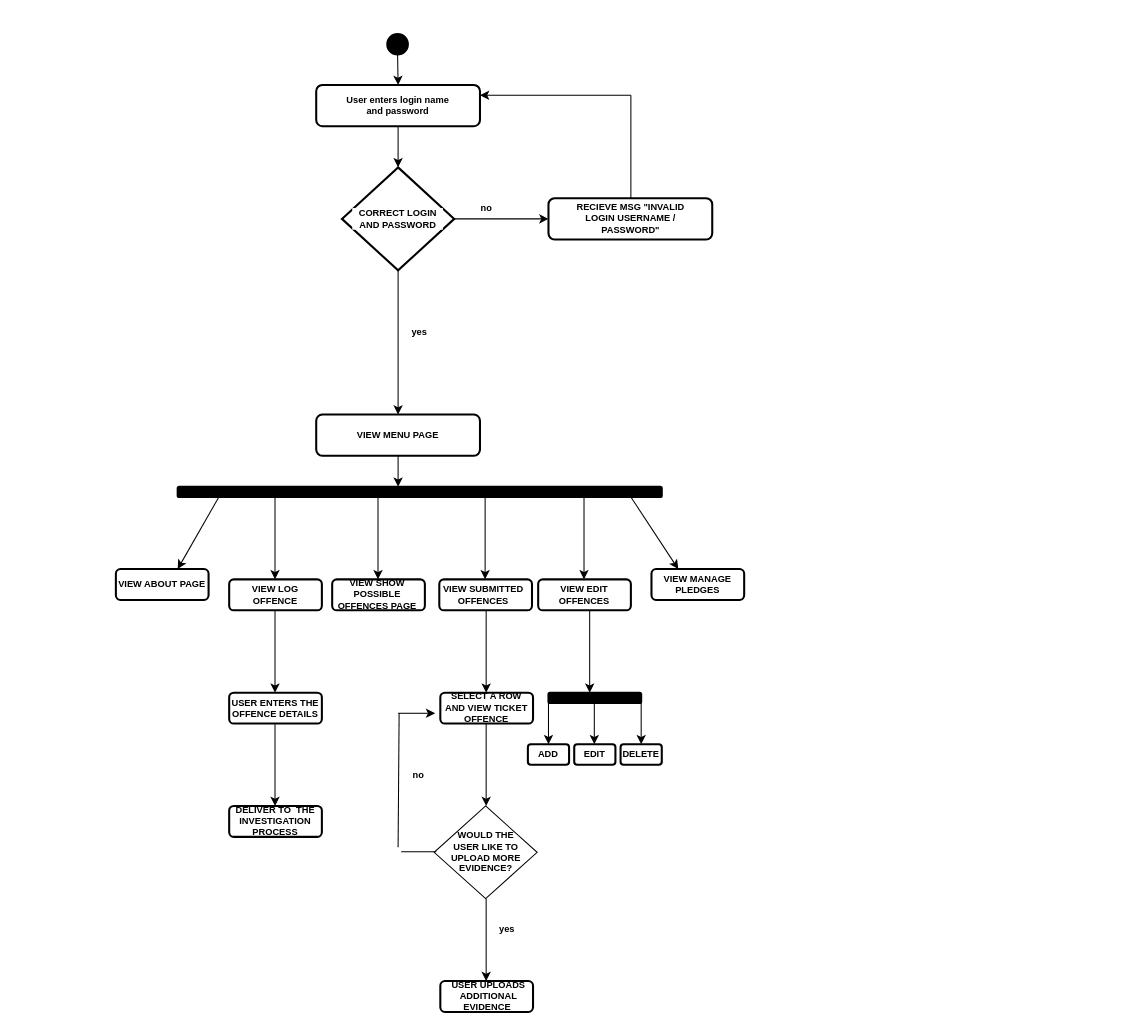
Earlier version of the draw.io diagram page "ActivityDiagram" (3 of 5) of ArchitectureDiagram.drawio (OOPS-2022/student_support_system). Source tidied: cells renumbered, new cells numbered last; positions are measured from the earlier drawing's top-left corner, leaving out a move shared by most shapes. Both pictures are drawn from the tidied source at 103%, with x=0, y=0 at pixel (100, 34).
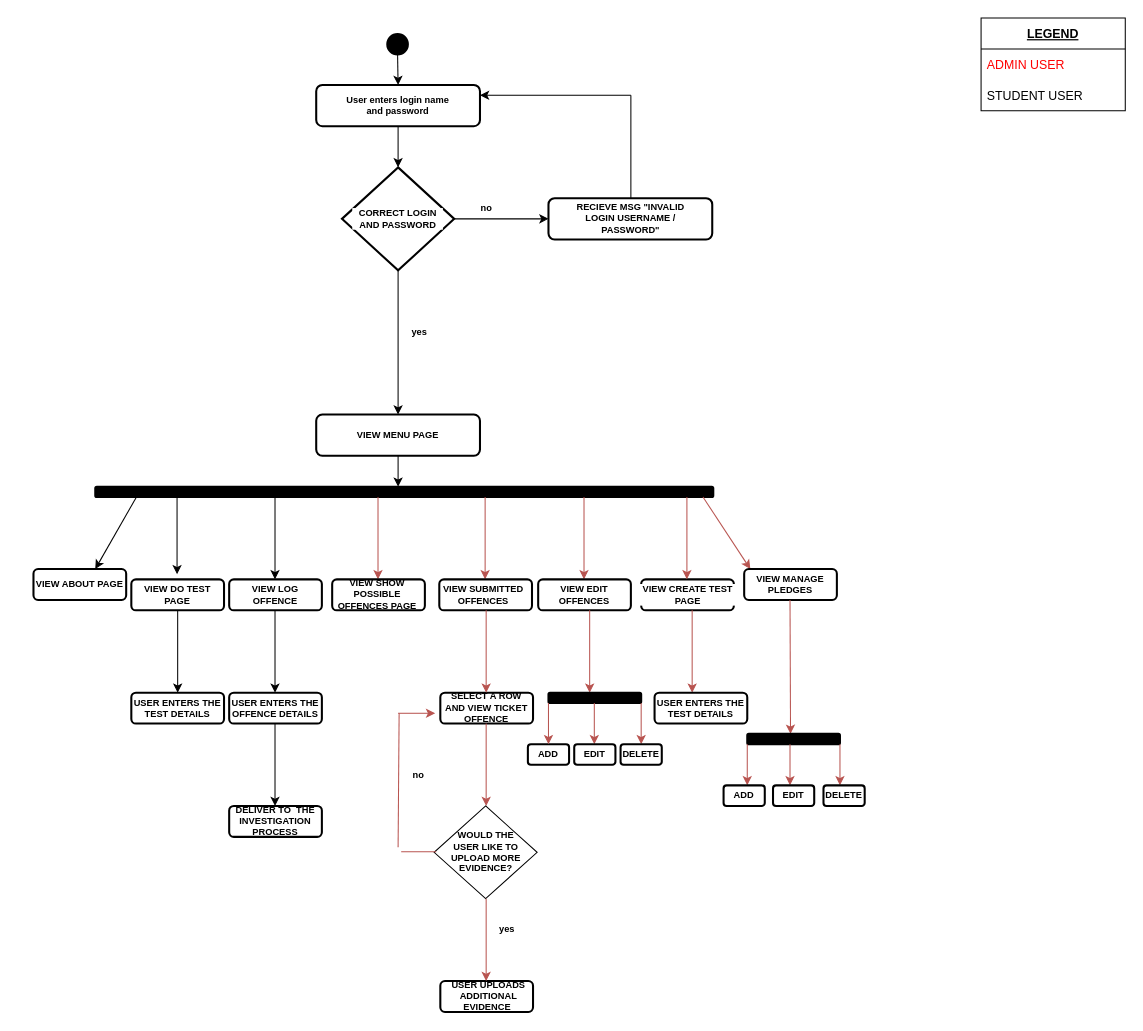
The same diagram, later.

The edit, as a diff of the source:
```diff
@@
     <mxCell id="19" style="rounded=1;whiteSpace=wrap;html=1;labelBackgroundColor=#FFFFFF;fontFamily=Helvetica;fontSize=9;fontColor=#000000;strokeColor=#000000;strokeWidth=2;fillColor=#000000;" parent="1" vertex="1">
-      <mxGeometry x="75" y="439" width="470" height="10" as="geometry" />
+      <mxGeometry x="-5" y="439" width="600" height="10" as="geometry" />
     </mxCell>
@@
     <mxCell id="21" style="endArrow=classic;html=1;rounded=0;fontFamily=Helvetica;fontSize=9;fontColor=#000000;strokeWidth=1;" parent="1" edge="1">
       <mxGeometry relative="1" as="geometry">
-        <mxPoint x="115" y="449" as="sourcePoint" />
-        <mxPoint x="75" y="519" as="targetPoint" />
+        <mxPoint x="35" y="449" as="sourcePoint" />
+        <mxPoint x="-5" y="519" as="targetPoint" />
       </mxGeometry>
     </mxCell>
-    <mxCell id="22" style="endArrow=classic;html=1;rounded=0;fontFamily=Helvetica;fontSize=9;fontColor=#000000;strokeWidth=1;" parent="1" edge="1">
+    <mxCell id="22" style="endArrow=classic;html=1;rounded=0;fontFamily=Helvetica;fontSize=9;fontColor=#000000;strokeWidth=1;fillColor=#f8cecc;strokeColor=#b85450;" parent="1" edge="1">
       <mxGeometry relative="1" as="geometry">
-        <mxPoint x="515" y="449" as="sourcePoint" />
-        <mxPoint x="561" y="519" as="targetPoint" />
+        <mxPoint x="585" y="449" as="sourcePoint" />
+        <mxPoint x="631" y="519" as="targetPoint" />
       </mxGeometry>
     </mxCell>
@@
-    <mxCell id="24" style="endArrow=classic;html=1;rounded=0;fontFamily=Helvetica;fontSize=9;fontColor=#000000;strokeWidth=1;" parent="1" edge="1">
+    <mxCell id="24" style="endArrow=classic;html=1;rounded=0;fontFamily=Helvetica;fontSize=9;fontColor=#000000;strokeWidth=1;fillColor=#f8cecc;strokeColor=#b85450;" parent="1" edge="1">
       <mxGeometry relative="1" as="geometry">
         <mxPoint x="269.5" y="449" as="sourcePoint" />
         <mxPoint x="269.5" y="529" as="targetPoint" />
       </mxGeometry>
     </mxCell>
-    <mxCell id="25" style="endArrow=classic;html=1;rounded=0;fontFamily=Helvetica;fontSize=9;fontColor=#000000;strokeWidth=1;" parent="1" edge="1">
+    <mxCell id="25" style="endArrow=classic;html=1;rounded=0;fontFamily=Helvetica;fontSize=9;fontColor=#000000;strokeWidth=1;fillColor=#f8cecc;strokeColor=#b85450;" parent="1" edge="1">
       <mxGeometry relative="1" as="geometry">
         <mxPoint x="373.5" y="449" as="sourcePoint" />
         <mxPoint x="373.5" y="529" as="targetPoint" />
       </mxGeometry>
     </mxCell>
-    <mxCell id="26" style="endArrow=classic;html=1;rounded=0;fontFamily=Helvetica;fontSize=9;fontColor=#000000;strokeWidth=1;" parent="1" edge="1">
+    <mxCell id="26" style="endArrow=classic;html=1;rounded=0;fontFamily=Helvetica;fontSize=9;fontColor=#000000;strokeWidth=1;fillColor=#f8cecc;strokeColor=#b85450;" parent="1" edge="1">
       <mxGeometry relative="1" as="geometry">
         <mxPoint x="469.5" y="449" as="sourcePoint" />
         <mxPoint x="469.5" y="529" as="targetPoint" />
       </mxGeometry>
     </mxCell>
     <mxCell id="27" style="rounded=1;whiteSpace=wrap;html=1;labelBackgroundColor=#FFFFFF;fontFamily=Tahoma;fontSize=12;strokeWidth=2;" parent="1" vertex="1">
-      <mxGeometry x="15" y="519" width="90" height="30" as="geometry" />
+      <mxGeometry x="-65" y="519" width="90" height="30" as="geometry" />
     </mxCell>
     <mxCell id="28" value="VIEW ABOUT PAGE" style="text;html=1;strokeColor=none;fillColor=none;align=center;verticalAlign=middle;whiteSpace=wrap;rounded=0;labelBackgroundColor=#FFFFFF;fontFamily=Helvetica;fontSize=9;fontColor=#000000;fontStyle=1;" parent="1" vertex="1">
-      <mxGeometry y="519" width="120" height="30" as="geometry" />
+      <mxGeometry x="-80" y="519" width="120" height="30" as="geometry" />
     </mxCell>
@@
     <mxCell id="33" style="rounded=1;whiteSpace=wrap;html=1;labelBackgroundColor=#FFFFFF;fontFamily=Tahoma;fontSize=12;strokeWidth=2;" parent="1" vertex="1">
-      <mxGeometry x="535" y="519" width="90" height="30" as="geometry" />
+      <mxGeometry x="625" y="519" width="90" height="30" as="geometry" />
     </mxCell>
@@
     <mxCell id="38" value="VIEW MANAGE&lt;br style=&quot;font-size: 9px&quot;&gt;PLEDGES" style="text;html=1;strokeColor=none;fillColor=none;align=center;verticalAlign=middle;whiteSpace=wrap;rounded=0;fontStyle=1;fontFamily=Helvetica;fontSize=9;" parent="1" vertex="1">
-      <mxGeometry x="535" y="519" width="90" height="30" as="geometry" />
+      <mxGeometry x="625" y="519" width="90" height="30" as="geometry" />
     </mxCell>
@@
-    <mxCell id="43" style="endArrow=classic;html=1;rounded=0;fontFamily=Helvetica;fontSize=9;fontColor=#000000;strokeWidth=1;" parent="1" edge="1">
+    <mxCell id="43" style="endArrow=classic;html=1;rounded=0;fontFamily=Helvetica;fontSize=9;fontColor=#000000;strokeWidth=1;fillColor=#f8cecc;strokeColor=#b85450;" parent="1" edge="1">
       <mxGeometry relative="1" as="geometry">
         <mxPoint x="374.5" y="559" as="sourcePoint" />
         <mxPoint x="374.5" y="639" as="targetPoint" />
       </mxGeometry>
     </mxCell>
@@
-    <mxCell id="47" style="endArrow=classic;html=1;rounded=0;fontFamily=Helvetica;fontSize=9;fontColor=#000000;strokeWidth=1;" parent="1" edge="1">
+    <mxCell id="47" style="endArrow=classic;html=1;rounded=0;fontFamily=Helvetica;fontSize=9;fontColor=#000000;strokeWidth=1;fillColor=#f8cecc;strokeColor=#b85450;" parent="1" edge="1">
       <mxGeometry relative="1" as="geometry">
         <mxPoint x="374.5" y="669" as="sourcePoint" />
         <mxPoint x="374.5" y="749" as="targetPoint" />
       </mxGeometry>
     </mxCell>
@@
-    <mxCell id="50" style="endArrow=classic;html=1;rounded=0;fontFamily=Helvetica;fontSize=9;fontColor=#000000;strokeWidth=1;" parent="1" edge="1">
+    <mxCell id="50" style="endArrow=classic;html=1;rounded=0;fontFamily=Helvetica;fontSize=9;fontColor=#000000;strokeWidth=1;fillColor=#f8cecc;strokeColor=#b85450;" parent="1" edge="1">
       <mxGeometry relative="1" as="geometry">
         <mxPoint x="374.5" y="839" as="sourcePoint" />
         <mxPoint x="374.5" y="919" as="targetPoint" />
       </mxGeometry>
     </mxCell>
@@
-    <mxCell id="53" style="endArrow=none;html=1;rounded=0;" parent="1" edge="1">
+    <mxCell id="53" style="endArrow=none;html=1;rounded=0;fillColor=#f8cecc;strokeColor=#b85450;" parent="1" edge="1">
       <mxGeometry relative="1" as="geometry">
         <mxPoint x="292" y="793.5" as="sourcePoint" />
         <mxPoint x="326" y="793.5" as="targetPoint" />
       </mxGeometry>
     </mxCell>
-    <mxCell id="54" style="endArrow=none;html=1;rounded=0;" parent="1" edge="1">
+    <mxCell id="54" style="endArrow=none;html=1;rounded=0;fillColor=#f8cecc;strokeColor=#b85450;" parent="1" edge="1">
       <mxGeometry relative="1" as="geometry">
         <mxPoint x="289" y="789" as="sourcePoint" />
         <mxPoint x="290" y="659" as="targetPoint" />
       </mxGeometry>
     </mxCell>
-    <mxCell id="55" style="endArrow=classic;html=1;rounded=0;" parent="1" edge="1">
+    <mxCell id="55" style="endArrow=classic;html=1;rounded=0;fillColor=#f8cecc;strokeColor=#b85450;" parent="1" edge="1">
       <mxGeometry relative="1" as="geometry">
         <mxPoint x="289" y="659" as="sourcePoint" />
         <mxPoint x="325" y="659" as="targetPoint" />
       </mxGeometry>
     </mxCell>
@@
-    <mxCell id="57" style="endArrow=classic;html=1;rounded=0;fontFamily=Helvetica;fontSize=9;fontColor=#000000;strokeWidth=1;" parent="1" edge="1">
+    <mxCell id="57" style="endArrow=classic;html=1;rounded=0;fontFamily=Helvetica;fontSize=9;fontColor=#000000;strokeWidth=1;fillColor=#f8cecc;strokeColor=#b85450;" parent="1" edge="1">
       <mxGeometry relative="1" as="geometry">
         <mxPoint x="475" y="559" as="sourcePoint" />
         <mxPoint x="475" y="639" as="targetPoint" />
       </mxGeometry>
     </mxCell>
@@
-    <mxCell id="59" style="endArrow=classic;html=1;rounded=0;" parent="1" edge="1">
+    <mxCell id="59" style="endArrow=classic;html=1;rounded=0;fillColor=#f8cecc;strokeColor=#b85450;" parent="1" edge="1">
       <mxGeometry relative="1" as="geometry">
         <mxPoint x="435" y="649" as="sourcePoint" />
         <mxPoint x="435" y="689" as="targetPoint" />
       </mxGeometry>
     </mxCell>
-    <mxCell id="60" style="endArrow=classic;html=1;rounded=0;" parent="1" edge="1">
+    <mxCell id="60" style="endArrow=classic;html=1;rounded=0;fillColor=#f8cecc;strokeColor=#b85450;" parent="1" edge="1">
       <mxGeometry relative="1" as="geometry">
         <mxPoint x="479.5" y="649" as="sourcePoint" />
         <mxPoint x="479.5" y="689" as="targetPoint" />
       </mxGeometry>
     </mxCell>
-    <mxCell id="61" style="endArrow=classic;html=1;rounded=0;" parent="1" edge="1">
+    <mxCell id="61" style="endArrow=classic;html=1;rounded=0;fillColor=#f8cecc;strokeColor=#b85450;" parent="1" edge="1">
       <mxGeometry relative="1" as="geometry">
         <mxPoint x="525" y="649" as="sourcePoint" />
         <mxPoint x="525" y="689" as="targetPoint" />
       </mxGeometry>
     </mxCell>
@@
+    <mxCell id="71" style="endArrow=classic;html=1;rounded=0;fontFamily=Helvetica;fontSize=9;fontColor=#000000;strokeWidth=1;" parent="1" edge="1">
+      <mxGeometry relative="1" as="geometry">
+        <mxPoint x="74.4" y="444" as="sourcePoint" />
+        <mxPoint x="74.4" y="524" as="targetPoint" />
+      </mxGeometry>
+    </mxCell>
+    <mxCell id="72" style="rounded=1;whiteSpace=wrap;html=1;labelBackgroundColor=#FFFFFF;fontFamily=Tahoma;fontSize=12;strokeWidth=2;" parent="1" vertex="1">
+      <mxGeometry x="30" y="529" width="90" height="30" as="geometry" />
+    </mxCell>
+    <mxCell id="73" style="rounded=1;whiteSpace=wrap;html=1;labelBackgroundColor=#FFFFFF;fontFamily=Tahoma;fontSize=12;strokeWidth=2;" parent="1" vertex="1">
+      <mxGeometry x="525" y="529" width="90" height="30" as="geometry" />
+    </mxCell>
+    <mxCell id="74" style="endArrow=classic;html=1;rounded=0;fontFamily=Helvetica;fontSize=9;fontColor=#000000;strokeWidth=1;fillColor=#f8cecc;strokeColor=#b85450;" parent="1" edge="1">
+      <mxGeometry relative="1" as="geometry">
+        <mxPoint x="569.4" y="449" as="sourcePoint" />
+        <mxPoint x="569.4" y="529" as="targetPoint" />
+      </mxGeometry>
+    </mxCell>
+    <mxCell id="75" value="VIEW DO TEST PAGE" style="text;html=1;strokeColor=none;fillColor=none;align=center;verticalAlign=middle;whiteSpace=wrap;rounded=0;labelBackgroundColor=#FFFFFF;fontFamily=Helvetica;fontSize=9;fontColor=#000000;fontStyle=1;" parent="1" vertex="1">
+      <mxGeometry x="35" y="529" width="80" height="30" as="geometry" />
+    </mxCell>
+    <mxCell id="76" value="VIEW CREATE TEST PAGE" style="text;html=1;strokeColor=none;fillColor=none;align=center;verticalAlign=middle;whiteSpace=wrap;rounded=0;labelBackgroundColor=#FFFFFF;fontFamily=Helvetica;fontSize=9;fontColor=#000000;fontStyle=1;" parent="1" vertex="1">
+      <mxGeometry x="522.5" y="529" width="95" height="30" as="geometry" />
+    </mxCell>
+    <mxCell id="77" style="endArrow=classic;html=1;rounded=0;fontFamily=Helvetica;fontSize=9;fontColor=#000000;strokeWidth=1;" parent="1" edge="1">
+      <mxGeometry relative="1" as="geometry">
+        <mxPoint x="75" y="559" as="sourcePoint" />
+        <mxPoint x="75" y="639" as="targetPoint" />
+      </mxGeometry>
+    </mxCell>
+    <mxCell id="78" style="rounded=1;whiteSpace=wrap;html=1;labelBackgroundColor=#FFFFFF;fontFamily=Tahoma;fontSize=12;strokeWidth=2;" parent="1" vertex="1">
+      <mxGeometry x="30" y="639" width="90" height="30" as="geometry" />
+    </mxCell>
+    <mxCell id="79" value="USER ENTERS THE TEST DETAILS" style="text;html=1;strokeColor=none;fillColor=none;align=center;verticalAlign=middle;whiteSpace=wrap;rounded=0;fontStyle=1;fontFamily=Helvetica;fontSize=9;" parent="1" vertex="1">
+      <mxGeometry x="30" y="639" width="90" height="30" as="geometry" />
+    </mxCell>
+    <mxCell id="80" style="endArrow=classic;html=1;rounded=0;fontFamily=Helvetica;fontSize=9;fontColor=#000000;strokeWidth=1;fillColor=#f8cecc;strokeColor=#b85450;" parent="1" edge="1">
+      <mxGeometry relative="1" as="geometry">
+        <mxPoint x="574.5" y="559" as="sourcePoint" />
+        <mxPoint x="574.5" y="639" as="targetPoint" />
+      </mxGeometry>
+    </mxCell>
+    <mxCell id="81" style="endArrow=classic;html=1;rounded=0;fontFamily=Helvetica;fontSize=9;fontColor=#000000;strokeWidth=1;fillColor=#f8cecc;strokeColor=#b85450;" parent="1" edge="1">
+      <mxGeometry relative="1" as="geometry">
+        <mxPoint x="669.5" y="549" as="sourcePoint" />
+        <mxPoint x="670" y="679" as="targetPoint" />
+      </mxGeometry>
+    </mxCell>
+    <mxCell id="82" style="rounded=1;whiteSpace=wrap;html=1;labelBackgroundColor=#FFFFFF;fontFamily=Tahoma;fontSize=12;strokeWidth=2;" parent="1" vertex="1">
+      <mxGeometry x="538" y="639" width="90" height="30" as="geometry" />
+    </mxCell>
+    <mxCell id="83" value="USER ENTERS THE TEST DETAILS" style="text;html=1;strokeColor=none;fillColor=none;align=center;verticalAlign=middle;whiteSpace=wrap;rounded=0;fontStyle=1;fontFamily=Helvetica;fontSize=9;" parent="1" vertex="1">
+      <mxGeometry x="538" y="639" width="90" height="30" as="geometry" />
+    </mxCell>
+    <mxCell id="84" style="rounded=1;whiteSpace=wrap;html=1;labelBackgroundColor=#FFFFFF;fontFamily=Helvetica;fontSize=9;fontColor=#000000;strokeColor=#000000;strokeWidth=2;fillColor=#000000;" parent="1" vertex="1">
+      <mxGeometry x="628" y="679" width="90" height="10" as="geometry" />
+    </mxCell>
+    <mxCell id="85" style="endArrow=classic;html=1;rounded=0;fillColor=#f8cecc;strokeColor=#b85450;" parent="1" edge="1">
+      <mxGeometry relative="1" as="geometry">
+        <mxPoint x="628" y="689" as="sourcePoint" />
+        <mxPoint x="628" y="729" as="targetPoint" />
+      </mxGeometry>
+    </mxCell>
+    <mxCell id="86" style="endArrow=classic;html=1;rounded=0;fillColor=#f8cecc;strokeColor=#b85450;" parent="1" edge="1">
+      <mxGeometry relative="1" as="geometry">
+        <mxPoint x="669.5" y="689" as="sourcePoint" />
+        <mxPoint x="669.5" y="729" as="targetPoint" />
+      </mxGeometry>
+    </mxCell>
+    <mxCell id="87" style="endArrow=classic;html=1;rounded=0;fillColor=#f8cecc;strokeColor=#b85450;" parent="1" edge="1">
+      <mxGeometry relative="1" as="geometry">
+        <mxPoint x="718" y="689" as="sourcePoint" />
+        <mxPoint x="718" y="729" as="targetPoint" />
+      </mxGeometry>
+    </mxCell>
+    <mxCell id="88" style="rounded=1;whiteSpace=wrap;html=1;labelBackgroundColor=#FFFFFF;fontFamily=Tahoma;fontSize=12;strokeWidth=2;" parent="1" vertex="1">
+      <mxGeometry x="605" y="729" width="40" height="20" as="geometry" />
+    </mxCell>
+    <mxCell id="89" value="ADD" style="text;html=1;strokeColor=none;fillColor=none;align=center;verticalAlign=middle;whiteSpace=wrap;rounded=0;fontStyle=1;fontFamily=Helvetica;fontSize=9;" parent="1" vertex="1">
+      <mxGeometry x="612" y="734" width="26" height="10" as="geometry" />
+    </mxCell>
+    <mxCell id="90" style="rounded=1;whiteSpace=wrap;html=1;labelBackgroundColor=#FFFFFF;fontFamily=Tahoma;fontSize=12;strokeWidth=2;" parent="1" vertex="1">
+      <mxGeometry x="653" y="729" width="40" height="20" as="geometry" />
+    </mxCell>
+    <mxCell id="91" value="EDIT" style="text;html=1;strokeColor=none;fillColor=none;align=center;verticalAlign=middle;whiteSpace=wrap;rounded=0;fontStyle=1;fontFamily=Helvetica;fontSize=9;" parent="1" vertex="1">
+      <mxGeometry x="660" y="734" width="26" height="10" as="geometry" />
+    </mxCell>
+    <mxCell id="92" style="rounded=1;whiteSpace=wrap;html=1;labelBackgroundColor=#FFFFFF;fontFamily=Tahoma;fontSize=12;strokeWidth=2;" parent="1" vertex="1">
+      <mxGeometry x="702" y="729" width="40" height="20" as="geometry" />
+    </mxCell>
+    <mxCell id="93" value="DELETE" style="text;html=1;strokeColor=none;fillColor=none;align=center;verticalAlign=middle;whiteSpace=wrap;rounded=0;fontStyle=1;fontFamily=Helvetica;fontSize=9;" parent="1" vertex="1">
+      <mxGeometry x="709" y="734" width="26" height="10" as="geometry" />
+    </mxCell>
+    <mxCell id="94" value="LEGEND" style="swimlane;fontStyle=5;horizontal=1;startSize=30;" parent="1" vertex="1">
+      <mxGeometry x="855" y="-16" width="140" height="90" as="geometry" />
+    </mxCell>
+    <mxCell id="95" value="ADMIN USER" style="text;strokeColor=none;fillColor=none;align=left;verticalAlign=middle;spacingLeft=4;spacingRight=4;overflow=hidden;fontColor=#FF0000;" parent="94" vertex="1">
+      <mxGeometry y="30" width="140" height="30" as="geometry" />
+    </mxCell>
+    <mxCell id="96" value="STUDENT USER" style="text;strokeColor=none;fillColor=none;align=left;verticalAlign=middle;spacingLeft=4;spacingRight=4;overflow=hidden;" parent="94" vertex="1">
+      <mxGeometry y="60" width="140" height="30" as="geometry" />
+    </mxCell>
```
